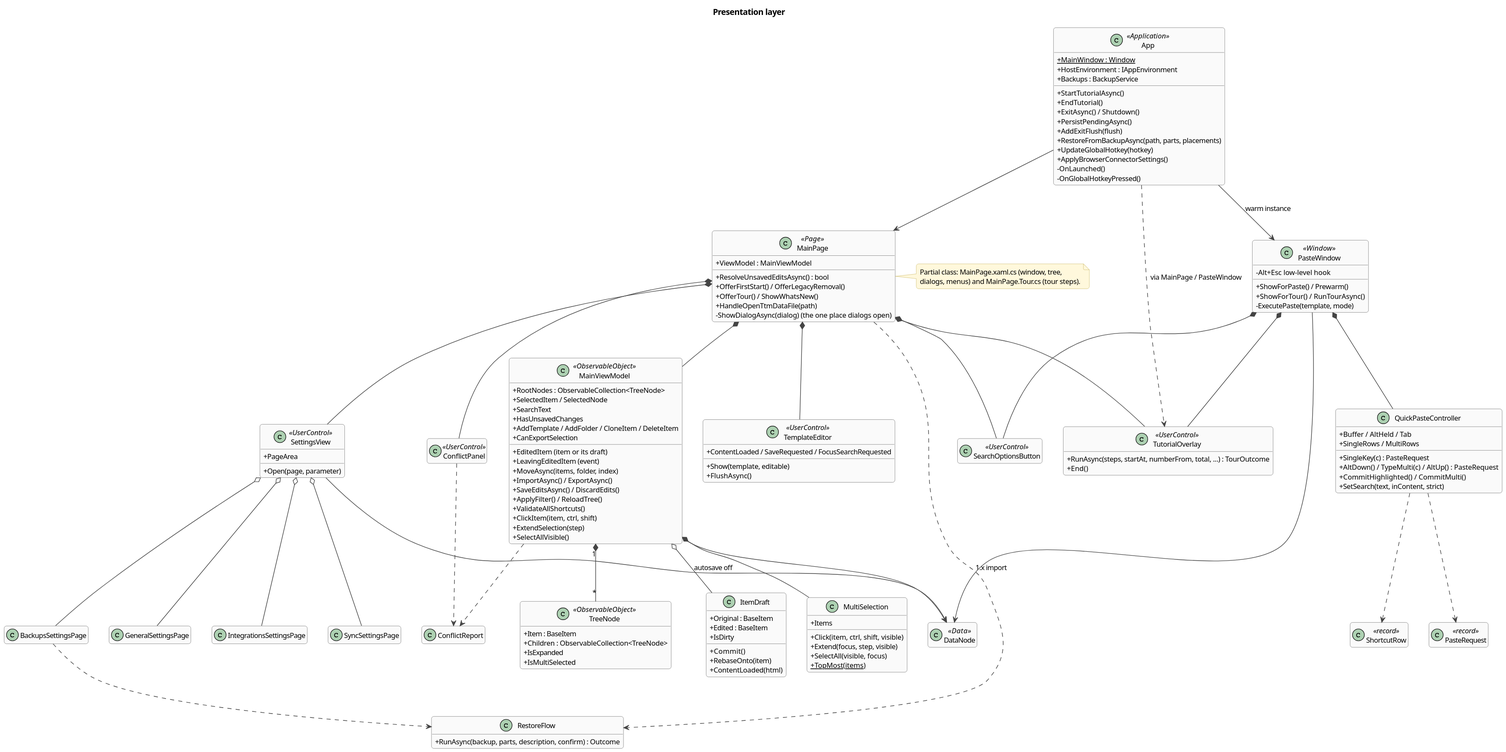
Above: docs/architecture/diagrams/class-ui.svg in halatsWol/TextTemplateManager-v2 (PlantUML), before the change.
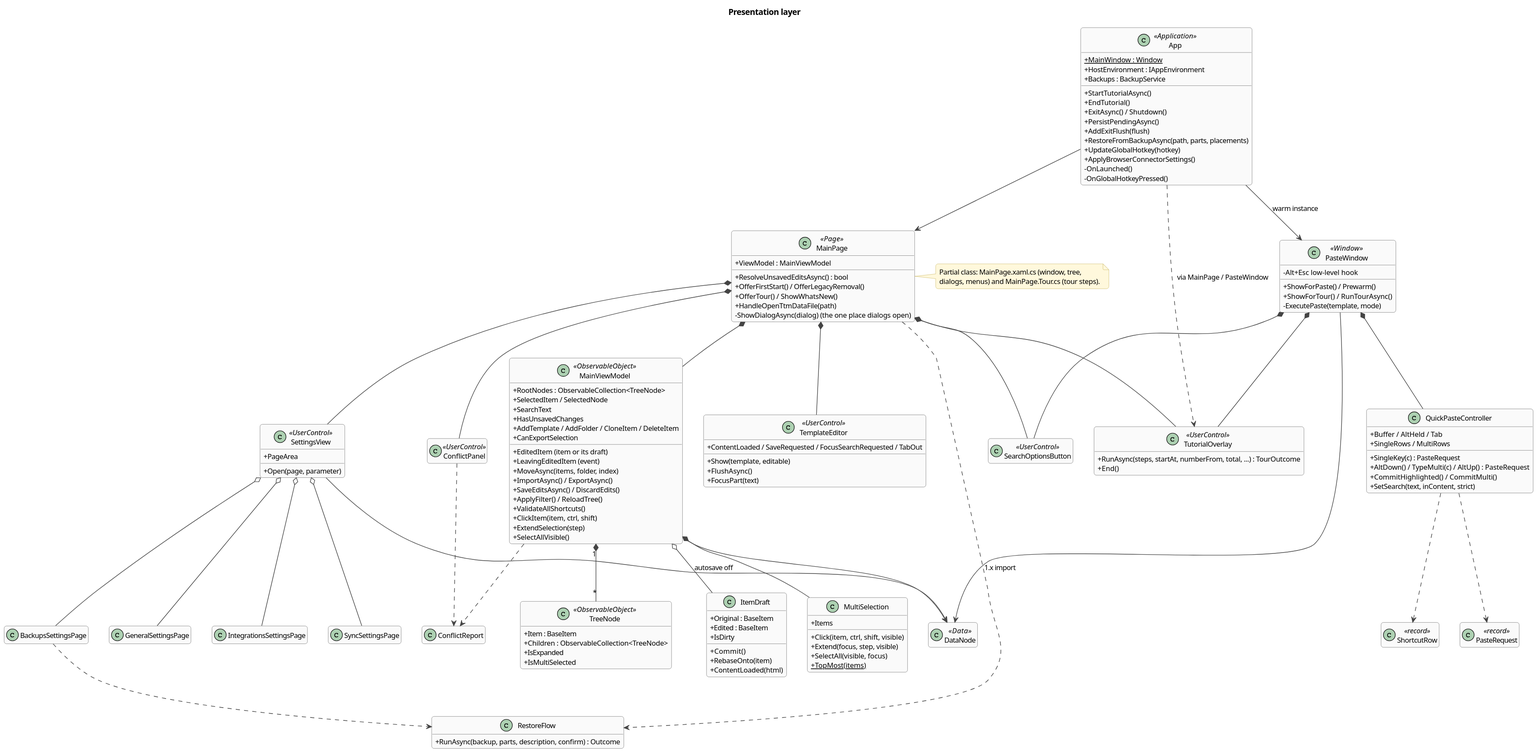
After the change.

Commit message:
main window: toolbar as one Tab stop with arrows; editor toolbar and text in the Tab cycle; Tab indents only in lists, tables and code

What changed in the source:
```diff
@@ -75,7 +75,8 @@
 class TemplateEditor <<UserControl>> {
   +Show(template, editable)
   +FlushAsync()
-  +ContentLoaded / SaveRequested / FocusSearchRequested
+  +FocusPart(text)
+  +ContentLoaded / SaveRequested / FocusSearchRequested / TabOut
 }
 class SettingsView <<UserControl>> {
   +Open(page, parameter)
```
